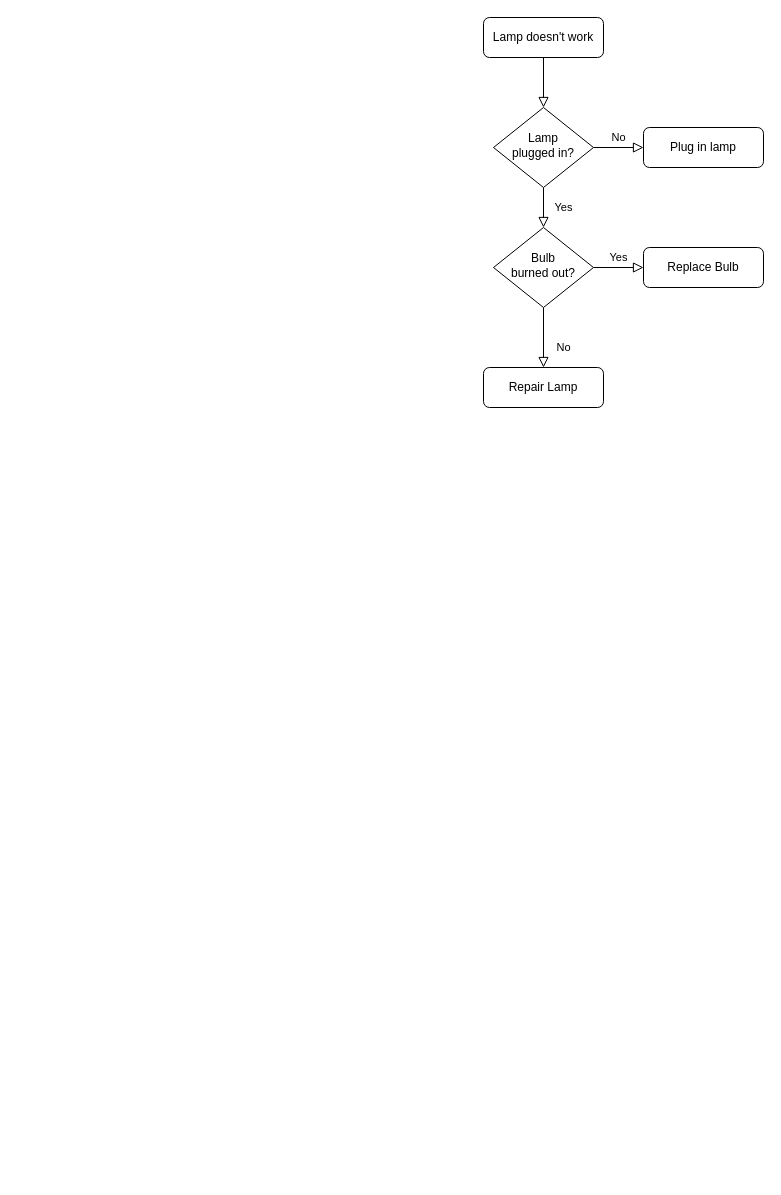
Above: ISWC_Workflow.drawio in Haoyu-R/appendix (draw.io), before the change. Source tidied: cells renumbered, new cells numbered last; positions are measured from the earlier drawing's top-left corner, leaving out a move shared by most shapes. Both pictures are drawn from the tidied source at 100%, with x=0, y=0 at pixel (483, 17).
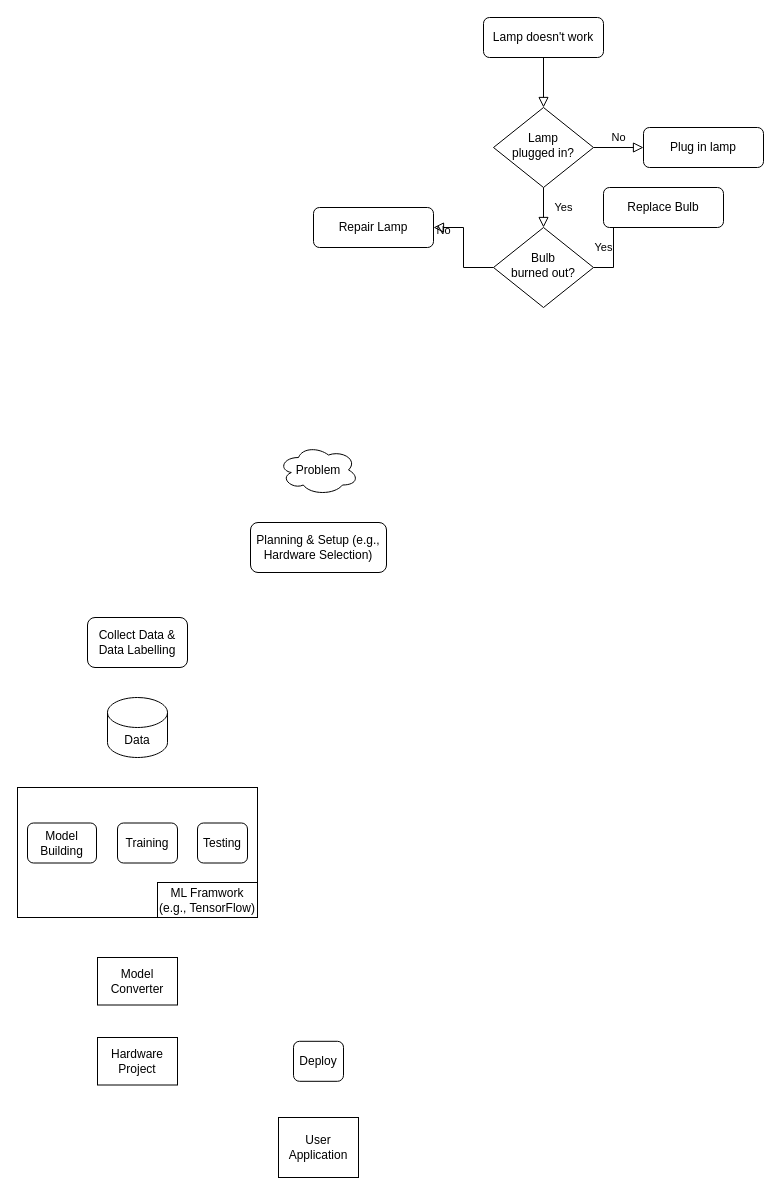
After the change.

Change to the diagram source:
```diff
@@
     <mxCell id="11" value="Repair Lamp" style="rounded=1;whiteSpace=wrap;html=1;fontSize=12;glass=0;strokeWidth=1;shadow=0;" parent="1" vertex="1">
-      <mxGeometry y="350" width="120" height="40" as="geometry" />
+      <mxGeometry x="-170" y="190" width="120" height="40" as="geometry" />
     </mxCell>
     <mxCell id="12" value="Replace Bulb" style="rounded=1;whiteSpace=wrap;html=1;fontSize=12;glass=0;strokeWidth=1;shadow=0;" parent="1" vertex="1">
-      <mxGeometry x="160" y="230" width="120" height="40" as="geometry" />
+      <mxGeometry x="120" y="170" width="120" height="40" as="geometry" />
     </mxCell>
+    <mxCell id="13" value="Problem" style="ellipse;shape=cloud;whiteSpace=wrap;html=1;" parent="1" vertex="1">
+      <mxGeometry x="-205" y="427.5" width="80" height="50" as="geometry" />
+    </mxCell>
+    <mxCell id="14" value="Planning &amp;amp; Setup (e.g., Hardware Selection)" style="rounded=1;whiteSpace=wrap;html=1;fontSize=12;glass=0;strokeWidth=1;shadow=0;" parent="1" vertex="1">
+      <mxGeometry x="-233" y="505" width="136" height="50" as="geometry" />
+    </mxCell>
+    <mxCell id="15" value="Collect Data &amp;amp; Data Labelling" style="rounded=1;whiteSpace=wrap;html=1;fontSize=12;glass=0;strokeWidth=1;shadow=0;" parent="1" vertex="1">
+      <mxGeometry x="-396" y="600" width="100" height="50" as="geometry" />
+    </mxCell>
+    <mxCell id="16" value="Data" style="shape=cylinder3;whiteSpace=wrap;html=1;boundedLbl=1;backgroundOutline=1;size=15;" parent="1" vertex="1">
+      <mxGeometry x="-376" y="680" width="60" height="60" as="geometry" />
+    </mxCell>
+    <mxCell id="17" value="Model Converter" style="rounded=0;whiteSpace=wrap;html=1;" parent="1" vertex="1">
+      <mxGeometry x="-386" y="940" width="80" height="47.5" as="geometry" />
+    </mxCell>
+    <mxCell id="18" value="Deploy" style="rounded=1;whiteSpace=wrap;html=1;fontSize=12;glass=0;strokeWidth=1;shadow=0;" parent="1" vertex="1">
+      <mxGeometry x="-190" y="1023.8" width="50" height="40" as="geometry" />
+    </mxCell>
+    <mxCell id="19" value="Hardware Project " style="rounded=0;whiteSpace=wrap;html=1;" parent="1" vertex="1">
+      <mxGeometry x="-386" y="1020" width="80" height="47.5" as="geometry" />
+    </mxCell>
+    <mxCell id="20" value="User Application" style="rounded=0;whiteSpace=wrap;html=1;" parent="1" vertex="1">
+      <mxGeometry x="-205" y="1100" width="80" height="60" as="geometry" />
+    </mxCell>
+    <mxCell id="21" style="group;" parent="1" vertex="1">
+      <mxGeometry x="-466" y="770" width="240" height="130" as="geometry" />
+    </mxCell>
+    <mxCell id="22" value="Model Building" style="rounded=1;whiteSpace=wrap;html=1;fontSize=12;glass=0;strokeWidth=1;shadow=0;" parent="21" vertex="1">
+      <mxGeometry x="10" y="35.5" width="69" height="40" as="geometry" />
+    </mxCell>
+    <mxCell id="23" value="Training" style="rounded=1;whiteSpace=wrap;html=1;fontSize=12;glass=0;strokeWidth=1;shadow=0;" parent="21" vertex="1">
+      <mxGeometry x="100" y="35.5" width="60" height="40" as="geometry" />
+    </mxCell>
+    <mxCell id="24" value="Testing" style="rounded=1;whiteSpace=wrap;html=1;fontSize=12;glass=0;strokeWidth=1;shadow=0;" parent="21" vertex="1">
+      <mxGeometry x="180" y="35.5" width="50" height="40" as="geometry" />
+    </mxCell>
+    <mxCell id="25" value="ML Framwork (e.g., TensorFlow)" style="rounded=0;whiteSpace=wrap;html=1;" parent="21" vertex="1">
+      <mxGeometry x="140" y="95" width="100" height="35" as="geometry" />
+    </mxCell>
+    <mxCell id="26" style="rounded=0;whiteSpace=wrap;html=1;fillColor=none;" parent="21" vertex="1">
+      <mxGeometry width="240" height="130" as="geometry" />
+    </mxCell>
```
